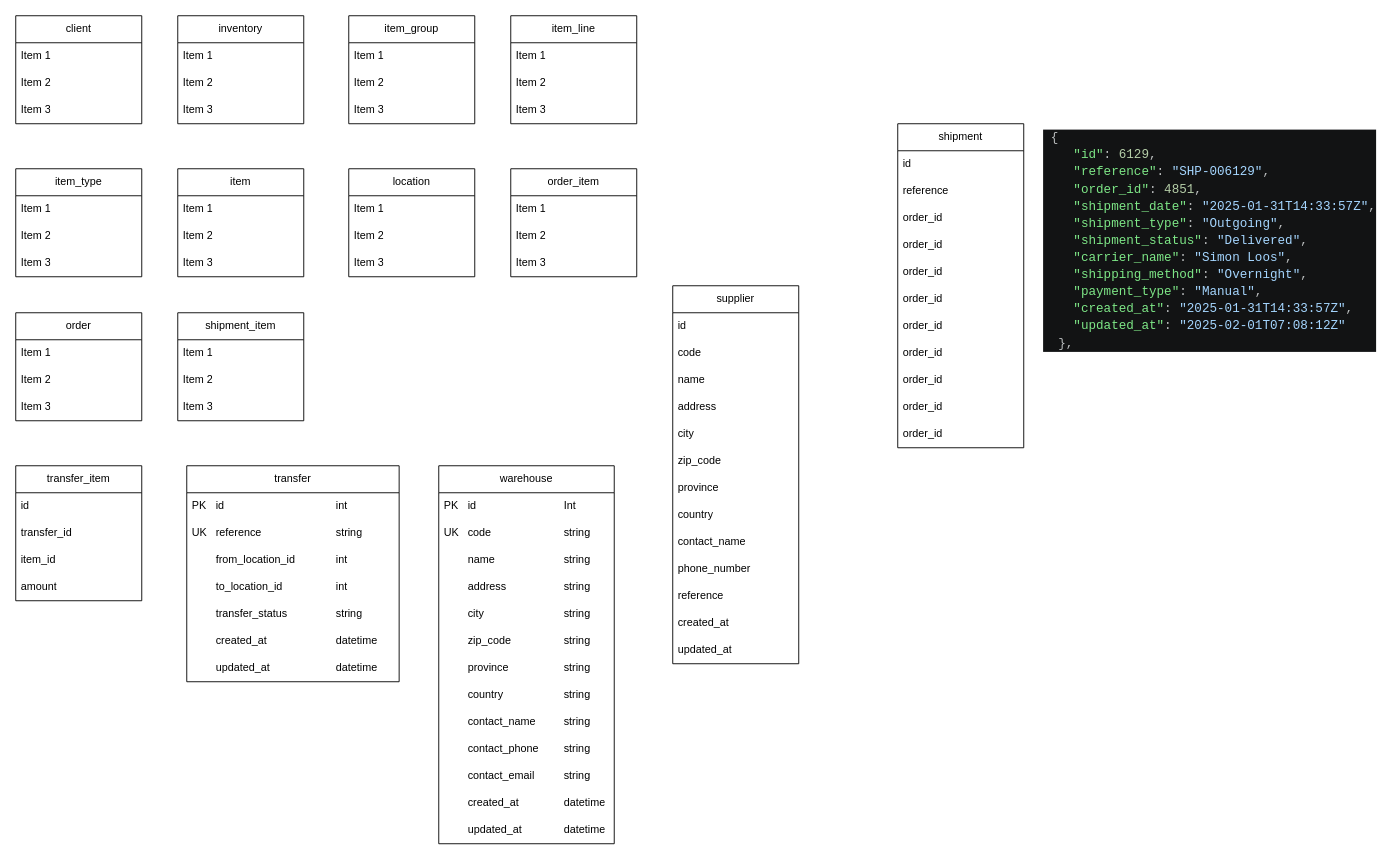
The draw.io diagram help.drawio in lennardje21/INF2C-Team-5, before the edit. Source tidied: cells renumbered, new cells numbered last; positions are measured from the earlier drawing's top-left corner, leaving out a move shared by most shapes. Both pictures are drawn from the tidied source at 90%, with x=0, y=0 at pixel (15, 15).
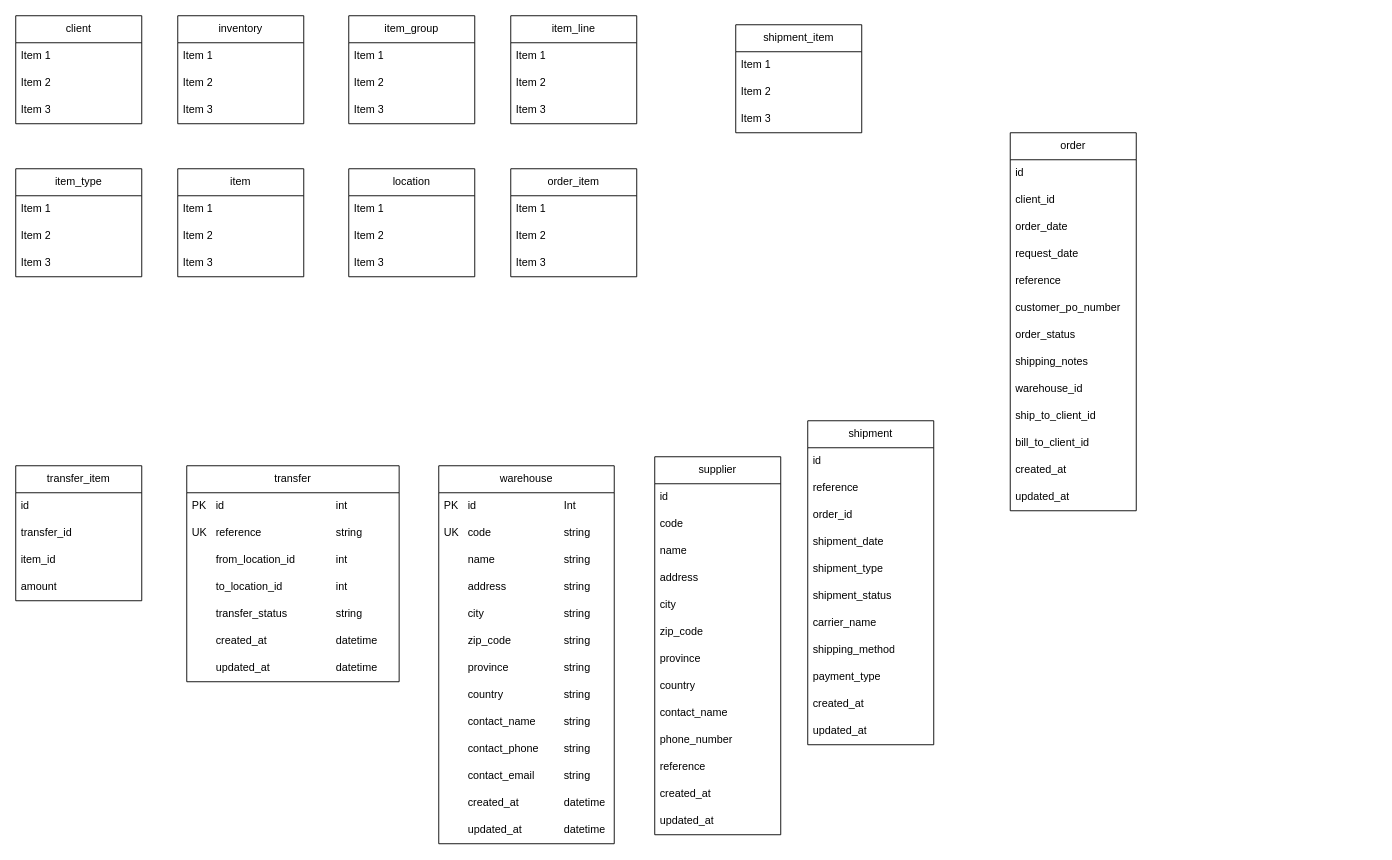
The same diagram, later.

Commit message:
Update database schema diagram

Expanded the order entity with client and status metadata and adjusted the layout of the order, shipment, and supplier tables in the ER diagram. The shipment schema fields were clarified to match the current model, and an outdated JSON example block was removed.

Diff of the diagram source:
```diff
@@
     <mxCell id="18" value="order" style="swimlane;fontStyle=0;horizontal=1;startSize=30;whiteSpace=wrap;html=1;" parent="1" vertex="1">
-      <mxGeometry y="330" width="140" height="120" as="geometry" />
+      <mxGeometry x="1105" y="130" width="140" height="420" as="geometry" />
     </mxCell>
-    <mxCell id="19" value="Item 1" style="text;strokeColor=none;fillColor=none;align=left;verticalAlign=middle;spacingLeft=4;spacingRight=4;overflow=hidden;whiteSpace=wrap;html=1;" parent="18" vertex="1">
+    <mxCell id="19" value="id" style="text;strokeColor=none;fillColor=none;align=left;verticalAlign=middle;spacingLeft=4;spacingRight=4;overflow=hidden;whiteSpace=wrap;html=1;" parent="18" vertex="1">
       <mxGeometry y="30" width="140" height="30" as="geometry" />
     </mxCell>
-    <mxCell id="20" value="Item 2" style="text;strokeColor=none;fillColor=none;align=left;verticalAlign=middle;spacingLeft=4;spacingRight=4;overflow=hidden;whiteSpace=wrap;html=1;" parent="18" vertex="1">
+    <mxCell id="20" value="client_id" style="text;strokeColor=none;fillColor=none;align=left;verticalAlign=middle;spacingLeft=4;spacingRight=4;overflow=hidden;whiteSpace=wrap;html=1;" parent="18" vertex="1">
       <mxGeometry y="60" width="140" height="30" as="geometry" />
     </mxCell>
-    <mxCell id="21" value="Item 3" style="text;strokeColor=none;fillColor=none;align=left;verticalAlign=middle;spacingLeft=4;spacingRight=4;overflow=hidden;whiteSpace=wrap;html=1;" parent="18" vertex="1">
+    <mxCell id="21" value="order_date" style="text;strokeColor=none;fillColor=none;align=left;verticalAlign=middle;spacingLeft=4;spacingRight=4;overflow=hidden;whiteSpace=wrap;html=1;" parent="18" vertex="1">
       <mxGeometry y="90" width="140" height="30" as="geometry" />
     </mxCell>
+    <mxCell id="96" value="request_date" style="text;strokeColor=none;fillColor=none;align=left;verticalAlign=middle;spacingLeft=4;spacingRight=4;overflow=hidden;whiteSpace=wrap;html=1;" parent="18" vertex="1">
+      <mxGeometry y="120" width="140" height="30" as="geometry" />
+    </mxCell>
+    <mxCell id="97" value="reference" style="text;strokeColor=none;fillColor=none;align=left;verticalAlign=middle;spacingLeft=4;spacingRight=4;overflow=hidden;whiteSpace=wrap;html=1;" parent="18" vertex="1">
+      <mxGeometry y="150" width="140" height="30" as="geometry" />
+    </mxCell>
+    <mxCell id="98" value="customer_po_number" style="text;strokeColor=none;fillColor=none;align=left;verticalAlign=middle;spacingLeft=4;spacingRight=4;overflow=hidden;whiteSpace=wrap;html=1;" parent="18" vertex="1">
+      <mxGeometry y="180" width="140" height="30" as="geometry" />
+    </mxCell>
+    <mxCell id="99" value="order_status" style="text;strokeColor=none;fillColor=none;align=left;verticalAlign=middle;spacingLeft=4;spacingRight=4;overflow=hidden;whiteSpace=wrap;html=1;" parent="18" vertex="1">
+      <mxGeometry y="210" width="140" height="30" as="geometry" />
+    </mxCell>
+    <mxCell id="100" value="shipping_notes" style="text;strokeColor=none;fillColor=none;align=left;verticalAlign=middle;spacingLeft=4;spacingRight=4;overflow=hidden;whiteSpace=wrap;html=1;" parent="18" vertex="1">
+      <mxGeometry y="240" width="140" height="30" as="geometry" />
+    </mxCell>
+    <mxCell id="101" value="warehouse_id" style="text;strokeColor=none;fillColor=none;align=left;verticalAlign=middle;spacingLeft=4;spacingRight=4;overflow=hidden;whiteSpace=wrap;html=1;" parent="18" vertex="1">
+      <mxGeometry y="270" width="140" height="30" as="geometry" />
+    </mxCell>
+    <mxCell id="102" value="ship_to_client_id" style="text;strokeColor=none;fillColor=none;align=left;verticalAlign=middle;spacingLeft=4;spacingRight=4;overflow=hidden;whiteSpace=wrap;html=1;" parent="18" vertex="1">
+      <mxGeometry y="300" width="140" height="30" as="geometry" />
+    </mxCell>
+    <mxCell id="103" value="bill_to_client_id" style="text;strokeColor=none;fillColor=none;align=left;verticalAlign=middle;spacingLeft=4;spacingRight=4;overflow=hidden;whiteSpace=wrap;html=1;" parent="18" vertex="1">
+      <mxGeometry y="330" width="140" height="30" as="geometry" />
+    </mxCell>
+    <mxCell id="104" value="created_at" style="text;strokeColor=none;fillColor=none;align=left;verticalAlign=middle;spacingLeft=4;spacingRight=4;overflow=hidden;whiteSpace=wrap;html=1;" parent="18" vertex="1">
+      <mxGeometry y="360" width="140" height="30" as="geometry" />
+    </mxCell>
+    <mxCell id="105" value="updated_at" style="text;strokeColor=none;fillColor=none;align=left;verticalAlign=middle;spacingLeft=4;spacingRight=4;overflow=hidden;whiteSpace=wrap;html=1;" parent="18" vertex="1">
+      <mxGeometry y="390" width="140" height="30" as="geometry" />
+    </mxCell>
     <mxCell id="22" value="shipment_item" style="swimlane;fontStyle=0;horizontal=1;startSize=30;whiteSpace=wrap;html=1;" parent="1" vertex="1">
-      <mxGeometry x="180" y="330" width="140" height="120" as="geometry" />
+      <mxGeometry x="800" y="10" width="140" height="120" as="geometry" />
     </mxCell>
@@
     <mxCell id="26" value="shipment" style="swimlane;fontStyle=0;horizontal=1;startSize=30;whiteSpace=wrap;html=1;" parent="1" vertex="1">
-      <mxGeometry x="980" y="120" width="140" height="360" as="geometry" />
+      <mxGeometry x="880" y="450" width="140" height="360" as="geometry" />
     </mxCell>
@@
-    <mxCell id="30" value="order_id" style="text;strokeColor=none;fillColor=none;align=left;verticalAlign=middle;spacingLeft=4;spacingRight=4;overflow=hidden;whiteSpace=wrap;html=1;" parent="26" vertex="1">
+    <mxCell id="30" value="shipment_date" style="text;strokeColor=none;fillColor=none;align=left;verticalAlign=middle;spacingLeft=4;spacingRight=4;overflow=hidden;whiteSpace=wrap;html=1;" parent="26" vertex="1">
       <mxGeometry y="120" width="140" height="30" as="geometry" />
     </mxCell>
-    <mxCell id="31" value="order_id" style="text;strokeColor=none;fillColor=none;align=left;verticalAlign=middle;spacingLeft=4;spacingRight=4;overflow=hidden;whiteSpace=wrap;html=1;" parent="26" vertex="1">
+    <mxCell id="31" value="&lt;span style=&quot;color: rgb(0, 0, 0);&quot;&gt;shipment_type&lt;/span&gt;" style="text;strokeColor=none;fillColor=none;align=left;verticalAlign=middle;spacingLeft=4;spacingRight=4;overflow=hidden;whiteSpace=wrap;html=1;" parent="26" vertex="1">
       <mxGeometry y="150" width="140" height="30" as="geometry" />
     </mxCell>
-    <mxCell id="32" value="order_id" style="text;strokeColor=none;fillColor=none;align=left;verticalAlign=middle;spacingLeft=4;spacingRight=4;overflow=hidden;whiteSpace=wrap;html=1;" parent="26" vertex="1">
+    <mxCell id="32" value="&lt;span style=&quot;color: rgb(0, 0, 0);&quot;&gt;shipment_status&lt;/span&gt;" style="text;strokeColor=none;fillColor=none;align=left;verticalAlign=middle;spacingLeft=4;spacingRight=4;overflow=hidden;whiteSpace=wrap;html=1;" parent="26" vertex="1">
       <mxGeometry y="180" width="140" height="30" as="geometry" />
     </mxCell>
-    <mxCell id="33" value="order_id" style="text;strokeColor=none;fillColor=none;align=left;verticalAlign=middle;spacingLeft=4;spacingRight=4;overflow=hidden;whiteSpace=wrap;html=1;" parent="26" vertex="1">
+    <mxCell id="33" value="carrier_name" style="text;strokeColor=none;fillColor=none;align=left;verticalAlign=middle;spacingLeft=4;spacingRight=4;overflow=hidden;whiteSpace=wrap;html=1;" parent="26" vertex="1">
       <mxGeometry y="210" width="140" height="30" as="geometry" />
     </mxCell>
-    <mxCell id="34" value="order_id" style="text;strokeColor=none;fillColor=none;align=left;verticalAlign=middle;spacingLeft=4;spacingRight=4;overflow=hidden;whiteSpace=wrap;html=1;" parent="26" vertex="1">
+    <mxCell id="34" value="shipping_method" style="text;strokeColor=none;fillColor=none;align=left;verticalAlign=middle;spacingLeft=4;spacingRight=4;overflow=hidden;whiteSpace=wrap;html=1;" parent="26" vertex="1">
       <mxGeometry y="240" width="140" height="30" as="geometry" />
     </mxCell>
-    <mxCell id="35" value="order_id" style="text;strokeColor=none;fillColor=none;align=left;verticalAlign=middle;spacingLeft=4;spacingRight=4;overflow=hidden;whiteSpace=wrap;html=1;" parent="26" vertex="1">
+    <mxCell id="35" value="payment_type" style="text;strokeColor=none;fillColor=none;align=left;verticalAlign=middle;spacingLeft=4;spacingRight=4;overflow=hidden;whiteSpace=wrap;html=1;" parent="26" vertex="1">
       <mxGeometry y="270" width="140" height="30" as="geometry" />
     </mxCell>
-    <mxCell id="36" value="order_id" style="text;strokeColor=none;fillColor=none;align=left;verticalAlign=middle;spacingLeft=4;spacingRight=4;overflow=hidden;whiteSpace=wrap;html=1;" parent="26" vertex="1">
+    <mxCell id="36" value="created_at" style="text;strokeColor=none;fillColor=none;align=left;verticalAlign=middle;spacingLeft=4;spacingRight=4;overflow=hidden;whiteSpace=wrap;html=1;" parent="26" vertex="1">
       <mxGeometry y="300" width="140" height="30" as="geometry" />
     </mxCell>
-    <mxCell id="37" value="order_id" style="text;strokeColor=none;fillColor=none;align=left;verticalAlign=middle;spacingLeft=4;spacingRight=4;overflow=hidden;whiteSpace=wrap;html=1;" parent="26" vertex="1">
+    <mxCell id="37" value="updated_at" style="text;strokeColor=none;fillColor=none;align=left;verticalAlign=middle;spacingLeft=4;spacingRight=4;overflow=hidden;whiteSpace=wrap;html=1;" parent="26" vertex="1">
       <mxGeometry y="330" width="140" height="30" as="geometry" />
     </mxCell>
     <mxCell id="38" value="supplier" style="swimlane;fontStyle=0;horizontal=1;startSize=30;whiteSpace=wrap;html=1;" parent="1" vertex="1">
-      <mxGeometry x="730" y="300" width="140" height="420" as="geometry" />
+      <mxGeometry x="710" y="490" width="140" height="420" as="geometry" />
     </mxCell>
@@
-    <mxCell id="95" value="&lt;div style=&quot;color: #bbbebf;background-color: #121314;font-family: Consolas, 'Courier New', monospace;font-weight: normal;font-size: 14px;line-height: 19px;white-space: pre;&quot;&gt;&lt;div&gt;&lt;span style=&quot;color: #bbbebf;&quot;&gt;&amp;nbsp;{&lt;/span&gt;&lt;/div&gt;&lt;div&gt;&lt;span style=&quot;color: #bbbebf;&quot;&gt;&amp;nbsp; &amp;nbsp; &lt;/span&gt;&lt;span style=&quot;color: #7ee787;&quot;&gt;&quot;id&quot;&lt;/span&gt;&lt;span style=&quot;color: #bbbebf;&quot;&gt;: &lt;/span&gt;&lt;span style=&quot;color: #b5cea8;&quot;&gt;6129&lt;/span&gt;&lt;span style=&quot;color: #bbbebf;&quot;&gt;,&lt;/span&gt;&lt;/div&gt;&lt;div&gt;&lt;span style=&quot;color: #bbbebf;&quot;&gt;&amp;nbsp; &amp;nbsp; &lt;/span&gt;&lt;span style=&quot;color: #7ee787;&quot;&gt;&quot;reference&quot;&lt;/span&gt;&lt;span style=&quot;color: #bbbebf;&quot;&gt;: &lt;/span&gt;&lt;span style=&quot;color: #a5d6ff;&quot;&gt;&quot;SHP-006129&quot;&lt;/span&gt;&lt;span style=&quot;color: #bbbebf;&quot;&gt;,&lt;/span&gt;&lt;/div&gt;&lt;div&gt;&lt;span style=&quot;color: #bbbebf;&quot;&gt;&amp;nbsp; &amp;nbsp; &lt;/span&gt;&lt;span style=&quot;color: #7ee787;&quot;&gt;&quot;order_id&quot;&lt;/span&gt;&lt;span style=&quot;color: #bbbebf;&quot;&gt;: &lt;/span&gt;&lt;span style=&quot;color: #b5cea8;&quot;&gt;4851&lt;/span&gt;&lt;span style=&quot;color: #bbbebf;&quot;&gt;,&lt;/span&gt;&lt;/div&gt;&lt;div&gt;&lt;span style=&quot;color: #bbbebf;&quot;&gt;&amp;nbsp; &amp;nbsp; &lt;/span&gt;&lt;span style=&quot;color: #7ee787;&quot;&gt;&quot;shipment_date&quot;&lt;/span&gt;&lt;span style=&quot;color: #bbbebf;&quot;&gt;: &lt;/span&gt;&lt;span style=&quot;color: #a5d6ff;&quot;&gt;&quot;2025-01-31T14:33:57Z&quot;&lt;/span&gt;&lt;span style=&quot;color: #bbbebf;&quot;&gt;,&lt;/span&gt;&lt;/div&gt;&lt;div&gt;&lt;span style=&quot;color: #bbbebf;&quot;&gt;&amp;nbsp; &amp;nbsp; &lt;/span&gt;&lt;span style=&quot;color: #7ee787;&quot;&gt;&quot;shipment_type&quot;&lt;/span&gt;&lt;span style=&quot;color: #bbbebf;&quot;&gt;: &lt;/span&gt;&lt;span style=&quot;color: #a5d6ff;&quot;&gt;&quot;Outgoing&quot;&lt;/span&gt;&lt;span style=&quot;color: #bbbebf;&quot;&gt;,&lt;/span&gt;&lt;/div&gt;&lt;div&gt;&lt;span style=&quot;color: #bbbebf;&quot;&gt;&amp;nbsp; &amp;nbsp; &lt;/span&gt;&lt;span style=&quot;color: #7ee787;&quot;&gt;&quot;shipment_status&quot;&lt;/span&gt;&lt;span style=&quot;color: #bbbebf;&quot;&gt;: &lt;/span&gt;&lt;span style=&quot;color: #a5d6ff;&quot;&gt;&quot;Delivered&quot;&lt;/span&gt;&lt;span style=&quot;color: #bbbebf;&quot;&gt;,&lt;/span&gt;&lt;/div&gt;&lt;div&gt;&lt;span style=&quot;color: #bbbebf;&quot;&gt;&amp;nbsp; &amp;nbsp; &lt;/span&gt;&lt;span style=&quot;color: #7ee787;&quot;&gt;&quot;carrier_name&quot;&lt;/span&gt;&lt;span style=&quot;color: #bbbebf;&quot;&gt;: &lt;/span&gt;&lt;span style=&quot;color: #a5d6ff;&quot;&gt;&quot;Simon Loos&quot;&lt;/span&gt;&lt;span style=&quot;color: #bbbebf;&quot;&gt;,&lt;/span&gt;&lt;/div&gt;&lt;div&gt;&lt;span style=&quot;color: #bbbebf;&quot;&gt;&amp;nbsp; &amp;nbsp; &lt;/span&gt;&lt;span style=&quot;color: #7ee787;&quot;&gt;&quot;shipping_method&quot;&lt;/span&gt;&lt;span style=&quot;color: #bbbebf;&quot;&gt;: &lt;/span&gt;&lt;span style=&quot;color: #a5d6ff;&quot;&gt;&quot;Overnight&quot;&lt;/span&gt;&lt;span style=&quot;color: #bbbebf;&quot;&gt;,&lt;/span&gt;&lt;/div&gt;&lt;div&gt;&lt;span style=&quot;color: #bbbebf;&quot;&gt;&amp;nbsp; &amp;nbsp; &lt;/span&gt;&lt;span style=&quot;color: #7ee787;&quot;&gt;&quot;payment_type&quot;&lt;/span&gt;&lt;span style=&quot;color: #bbbebf;&quot;&gt;: &lt;/span&gt;&lt;span style=&quot;color: #a5d6ff;&quot;&gt;&quot;Manual&quot;&lt;/span&gt;&lt;span style=&quot;color: #bbbebf;&quot;&gt;,&lt;/span&gt;&lt;/div&gt;&lt;div&gt;&lt;span style=&quot;color: #bbbebf;&quot;&gt;&amp;nbsp; &amp;nbsp; &lt;/span&gt;&lt;span style=&quot;color: #7ee787;&quot;&gt;&quot;created_at&quot;&lt;/span&gt;&lt;span style=&quot;color: #bbbebf;&quot;&gt;: &lt;/span&gt;&lt;span style=&quot;color: #a5d6ff;&quot;&gt;&quot;2025-01-31T14:33:57Z&quot;&lt;/span&gt;&lt;span style=&quot;color: #bbbebf;&quot;&gt;,&lt;/span&gt;&lt;/div&gt;&lt;div&gt;&lt;span style=&quot;color: #bbbebf;&quot;&gt;&amp;nbsp; &amp;nbsp; &lt;/span&gt;&lt;span style=&quot;color: #7ee787;&quot;&gt;&quot;updated_at&quot;&lt;/span&gt;&lt;span style=&quot;color: #bbbebf;&quot;&gt;: &lt;/span&gt;&lt;span style=&quot;color: #a5d6ff;&quot;&gt;&quot;2025-02-01T07:08:12Z&quot;&lt;/span&gt;&lt;/div&gt;&lt;div&gt;&lt;span style=&quot;color: #bbbebf;&quot;&gt;&amp;nbsp; },&lt;/span&gt;&lt;/div&gt;&lt;/div&gt;" style="text;whiteSpace=wrap;html=1;" parent="1" vertex="1">
-      <mxGeometry x="1140" y="120" width="370" height="270" as="geometry" />
-    </mxCell>
```
